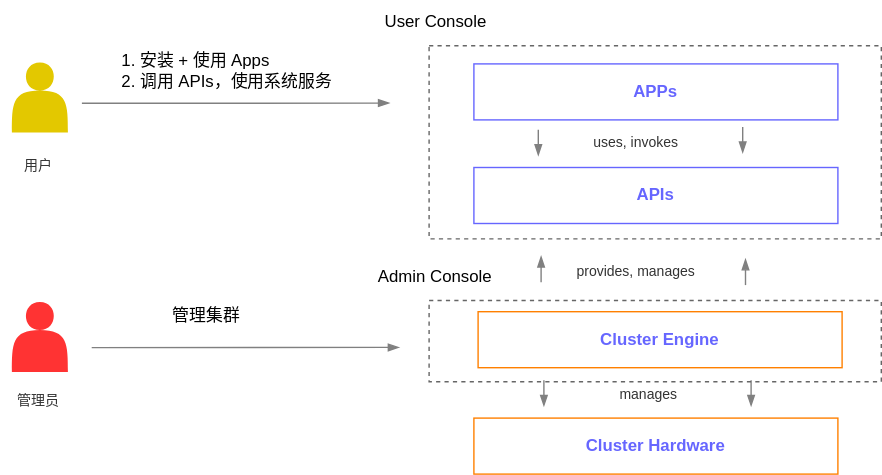
Above: src/assets/overview/t9k-arch.drawio.svg in t9k/ucman (draw.io), before the change. Source tidied: cells renumbered, new cells last; positions are measured from the earlier drawing's top-left corner, leaving out a move shared by most shapes.
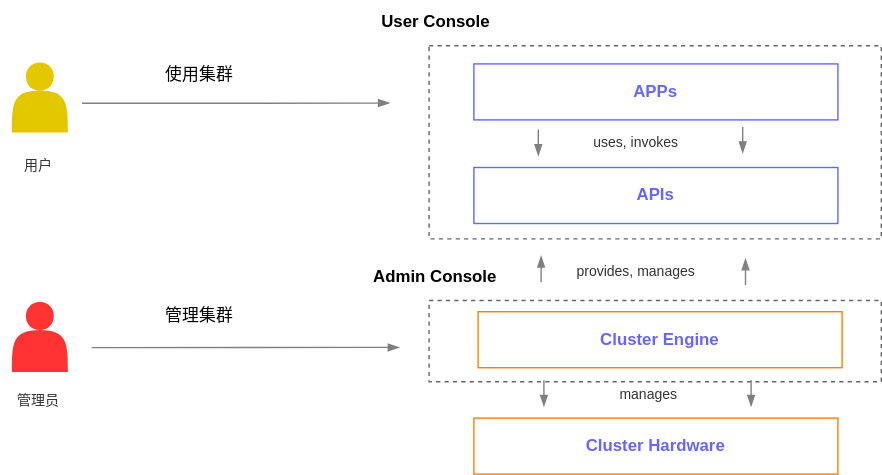
Above is the later version.

Commit message:
minor tweaks to diagrams

Diff of the diagram source:
```diff
@@ -5,10 +5,10 @@
     <mxCell id="2" style="rounded=0;whiteSpace=wrap;html=1;fillColor=none;strokeColor=#666666;fontColor=#333333;dashed=1;" parent="1" vertex="1">
       <mxGeometry x="306" y="32" width="323" height="138" as="geometry" />
     </mxCell>
-    <mxCell id="3" value="&lt;div style=&quot;&quot;&gt;&lt;ol&gt;&lt;li&gt;&lt;span style=&quot;background-color: initial;&quot;&gt;安装 + 使用 Apps&lt;/span&gt;&lt;/li&gt;&lt;li&gt;&lt;span style=&quot;background-color: initial;&quot;&gt;调用 APIs，使用系统服务&lt;/span&gt;&lt;/li&gt;&lt;/ol&gt;&lt;/div&gt;" style="text;html=1;strokeColor=none;fillColor=none;align=left;verticalAlign=middle;whiteSpace=wrap;rounded=0;" parent="1" vertex="1">
-      <mxGeometry x="58" y="35" width="180" height="30" as="geometry" />
+    <mxCell id="3" value="&lt;div style=&quot;&quot;&gt;使用集群&lt;/div&gt;" style="text;html=1;strokeColor=none;fillColor=none;align=left;verticalAlign=middle;whiteSpace=wrap;rounded=0;" parent="1" vertex="1">
+      <mxGeometry x="116" y="38" width="180" height="30" as="geometry" />
     </mxCell>
-    <mxCell id="4" value="User Console" style="text;html=1;strokeColor=none;fillColor=#FFFFFF;align=center;verticalAlign=middle;whiteSpace=wrap;rounded=0;labelBackgroundColor=none;" parent="1" vertex="1">
+    <mxCell id="4" value="&lt;b&gt;User Console&lt;/b&gt;" style="text;html=1;strokeColor=none;fillColor=#FFFFFF;align=center;verticalAlign=middle;whiteSpace=wrap;rounded=0;labelBackgroundColor=none;" parent="1" vertex="1">
       <mxGeometry x="270.5" width="80" height="30" as="geometry" />
     </mxCell>
     <mxCell id="5" style="edgeStyle=none;html=1;fontColor=#FFFFFF;strokeColor=#808080;endArrow=blockThin;endFill=1;" parent="1" edge="1">
@@ -95,11 +95,11 @@
         <mxPoint x="285" y="247.5" as="targetPoint" />
       </mxGeometry>
     </mxCell>
-    <mxCell id="25" value="Admin Console" style="text;html=1;strokeColor=none;fillColor=none;align=center;verticalAlign=middle;whiteSpace=wrap;rounded=0;" parent="1" vertex="1">
+    <mxCell id="25" value="&lt;b&gt;Admin Console&lt;/b&gt;" style="text;html=1;strokeColor=none;fillColor=none;align=center;verticalAlign=middle;whiteSpace=wrap;rounded=0;" parent="1" vertex="1">
       <mxGeometry x="265" y="182" width="91" height="30" as="geometry" />
     </mxCell>
     <mxCell id="26" value="&lt;div style=&quot;&quot;&gt;&lt;span style=&quot;background-color: initial;&quot;&gt;管理集群&lt;/span&gt;&lt;br&gt;&lt;/div&gt;" style="text;html=1;strokeColor=none;fillColor=none;align=left;verticalAlign=middle;whiteSpace=wrap;rounded=0;" parent="1" vertex="1">
-      <mxGeometry x="121" y="210" width="131" height="30" as="geometry" />
+      <mxGeometry x="116" y="210" width="131" height="30" as="geometry" />
     </mxCell>
   </root>
 </mxGraphModel>
```
